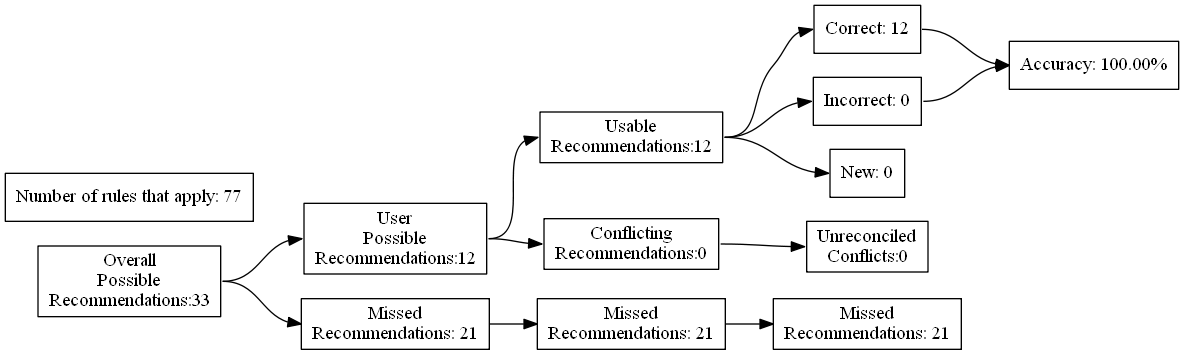
Above: test_renders/16.gv.png in ZaxR/ibd_diet_analysis (Graphviz), before the change. Its source is kept beside it as test_renders/16.gv. Its diagram source:
```dot
digraph {
	graph [rankdir=LR]
	node [pos=r shape=box]
	edge [headport=w tailport=e]
		A [label="Overall
Possible
Recommendations:33"]
		B [label="User
Possible
Recommendations:12"]
		C [label="Missed
Recommendations: 21"]
		D [label="Usable
Recommendations:12"]
		E [label="Conflicting
Recommendations:0"]
		J [label="Missed
Recommendations: 21"]
		M [label="Unreconciled
Conflicts:0"]
		F [label="Correct: 12"]
		G [label="Incorrect: 0"]
		H [label="New: 0"]
		K [label="Missed
Recommendations: 21"]
		I [label="Accuracy: 100.00%"]
		l [label="Number of rules that apply: 77"]
			A -> B
			A -> C
			B -> D
			B -> E
			D -> F
			D -> G
			D -> H
			F -> I
			G -> I
			C -> J
			J -> K
			E -> M
}
```
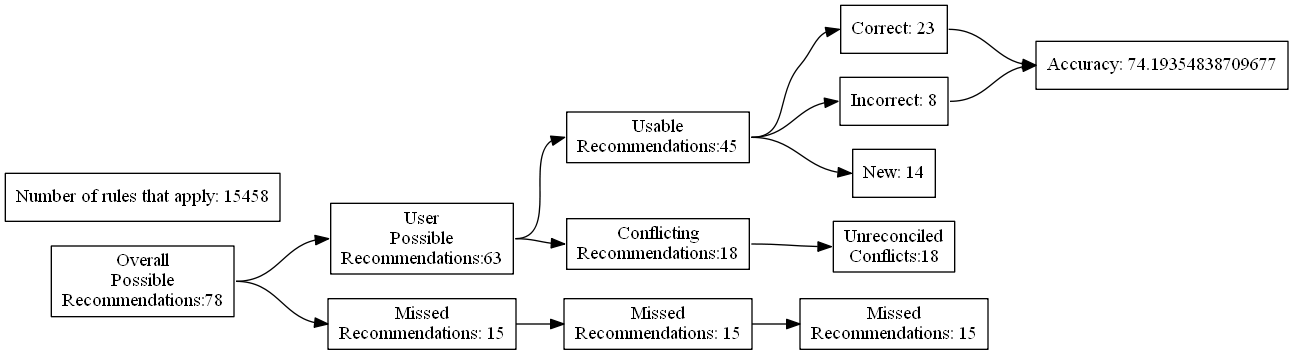
After the commit.

Change to the diagram source:
```diff
@@ -4,27 +4,27 @@
 	edge [headport=w tailport=e]
 		A [label="Overall
 Possible
-Recommendations:33"]
+Recommendations:78"]
 		B [label="User
 Possible
-Recommendations:12"]
+Recommendations:63"]
 		C [label="Missed
-Recommendations: 21"]
+Recommendations: 15"]
 		D [label="Usable
-Recommendations:12"]
+Recommendations:45"]
 		E [label="Conflicting
-Recommendations:0"]
+Recommendations:18"]
 		J [label="Missed
-Recommendations: 21"]
+Recommendations: 15"]
 		M [label="Unreconciled
-Conflicts:0"]
-		F [label="Correct: 12"]
-		G [label="Incorrect: 0"]
-		H [label="New: 0"]
+Conflicts:18"]
+		F [label="Correct: 23"]
+		G [label="Incorrect: 8"]
+		H [label="New: 14"]
 		K [label="Missed
-Recommendations: 21"]
-		I [label="Accuracy: 100.00%"]
-		l [label="Number of rules that apply: 77"]
+Recommendations: 15"]
+		I [label="Accuracy: 74.19354838709677"]
+		l [label="Number of rules that apply: 15458"]
 			A -> B
 			A -> C
 			B -> D
```
